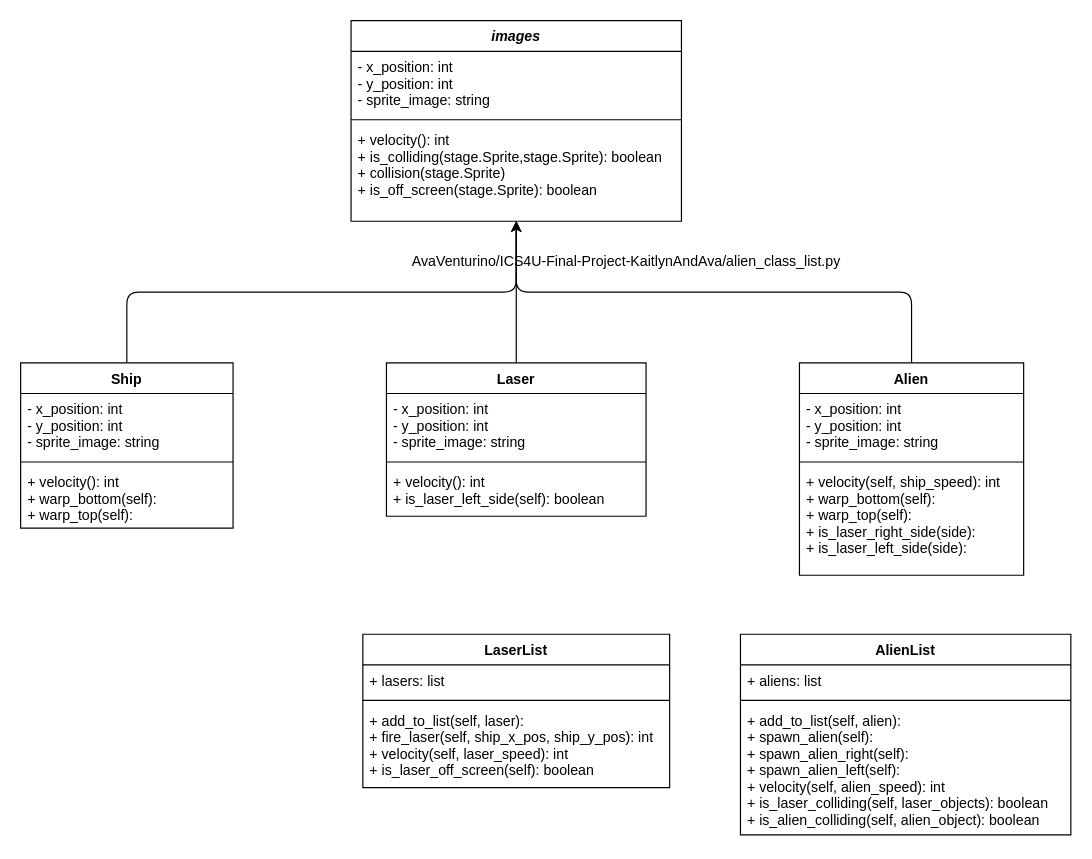
KaitlynIp64/ICS4U-Final-Project-Kaitlyn-and-Ava keeps this draw.io diagram as cd.drawio. Above is the earlier version. Source tidied: cells renumbered, new cells numbered last; positions are measured from the earlier drawing's top-left corner, leaving out a move shared by most shapes. Both pictures are drawn from the tidied source at 118%, with x=0, y=0 at pixel (20, 20).
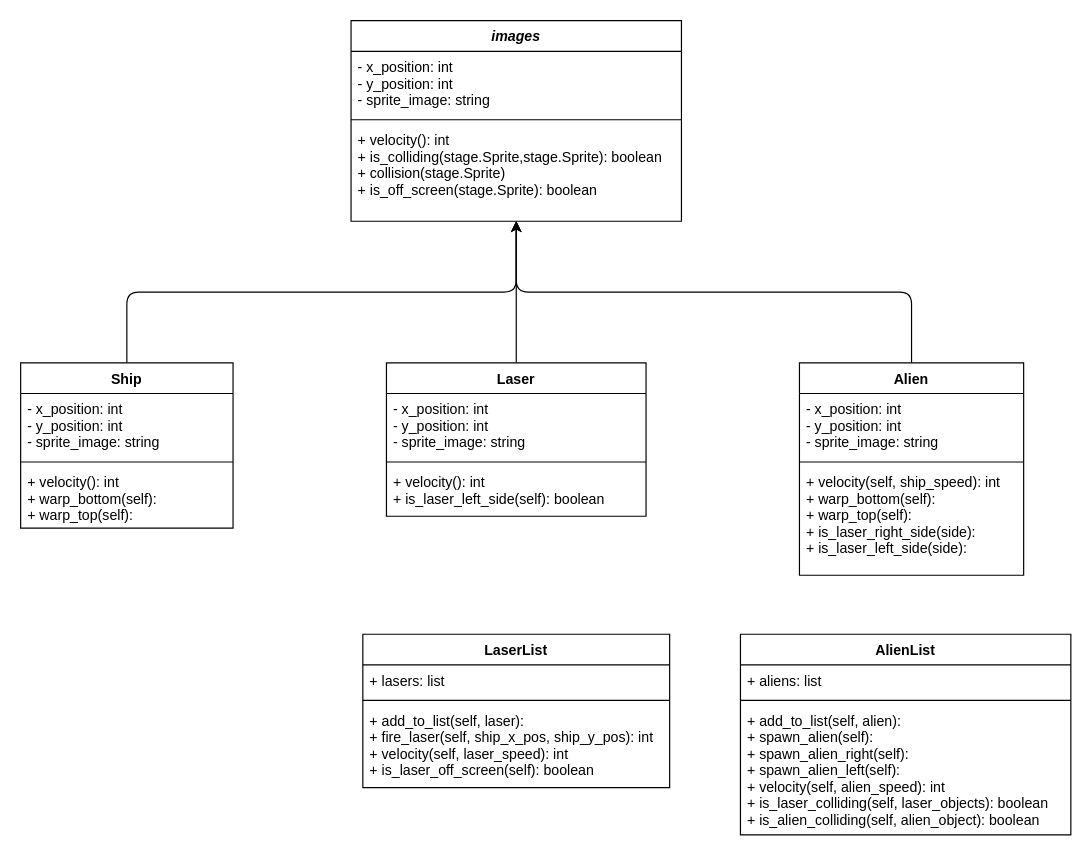
After the change.

Diff of the diagram source:
```diff
@@
-    <mxCell id="29" value="AvaVenturino/ICS4U-Final-Project-KaitlynAndAva/alien_class_list.py" style="text;whiteSpace=wrap;html=1;" parent="1" vertex="1">
-      <mxGeometry x="330" y="190" width="400" height="40" as="geometry" />
-    </mxCell>
```
